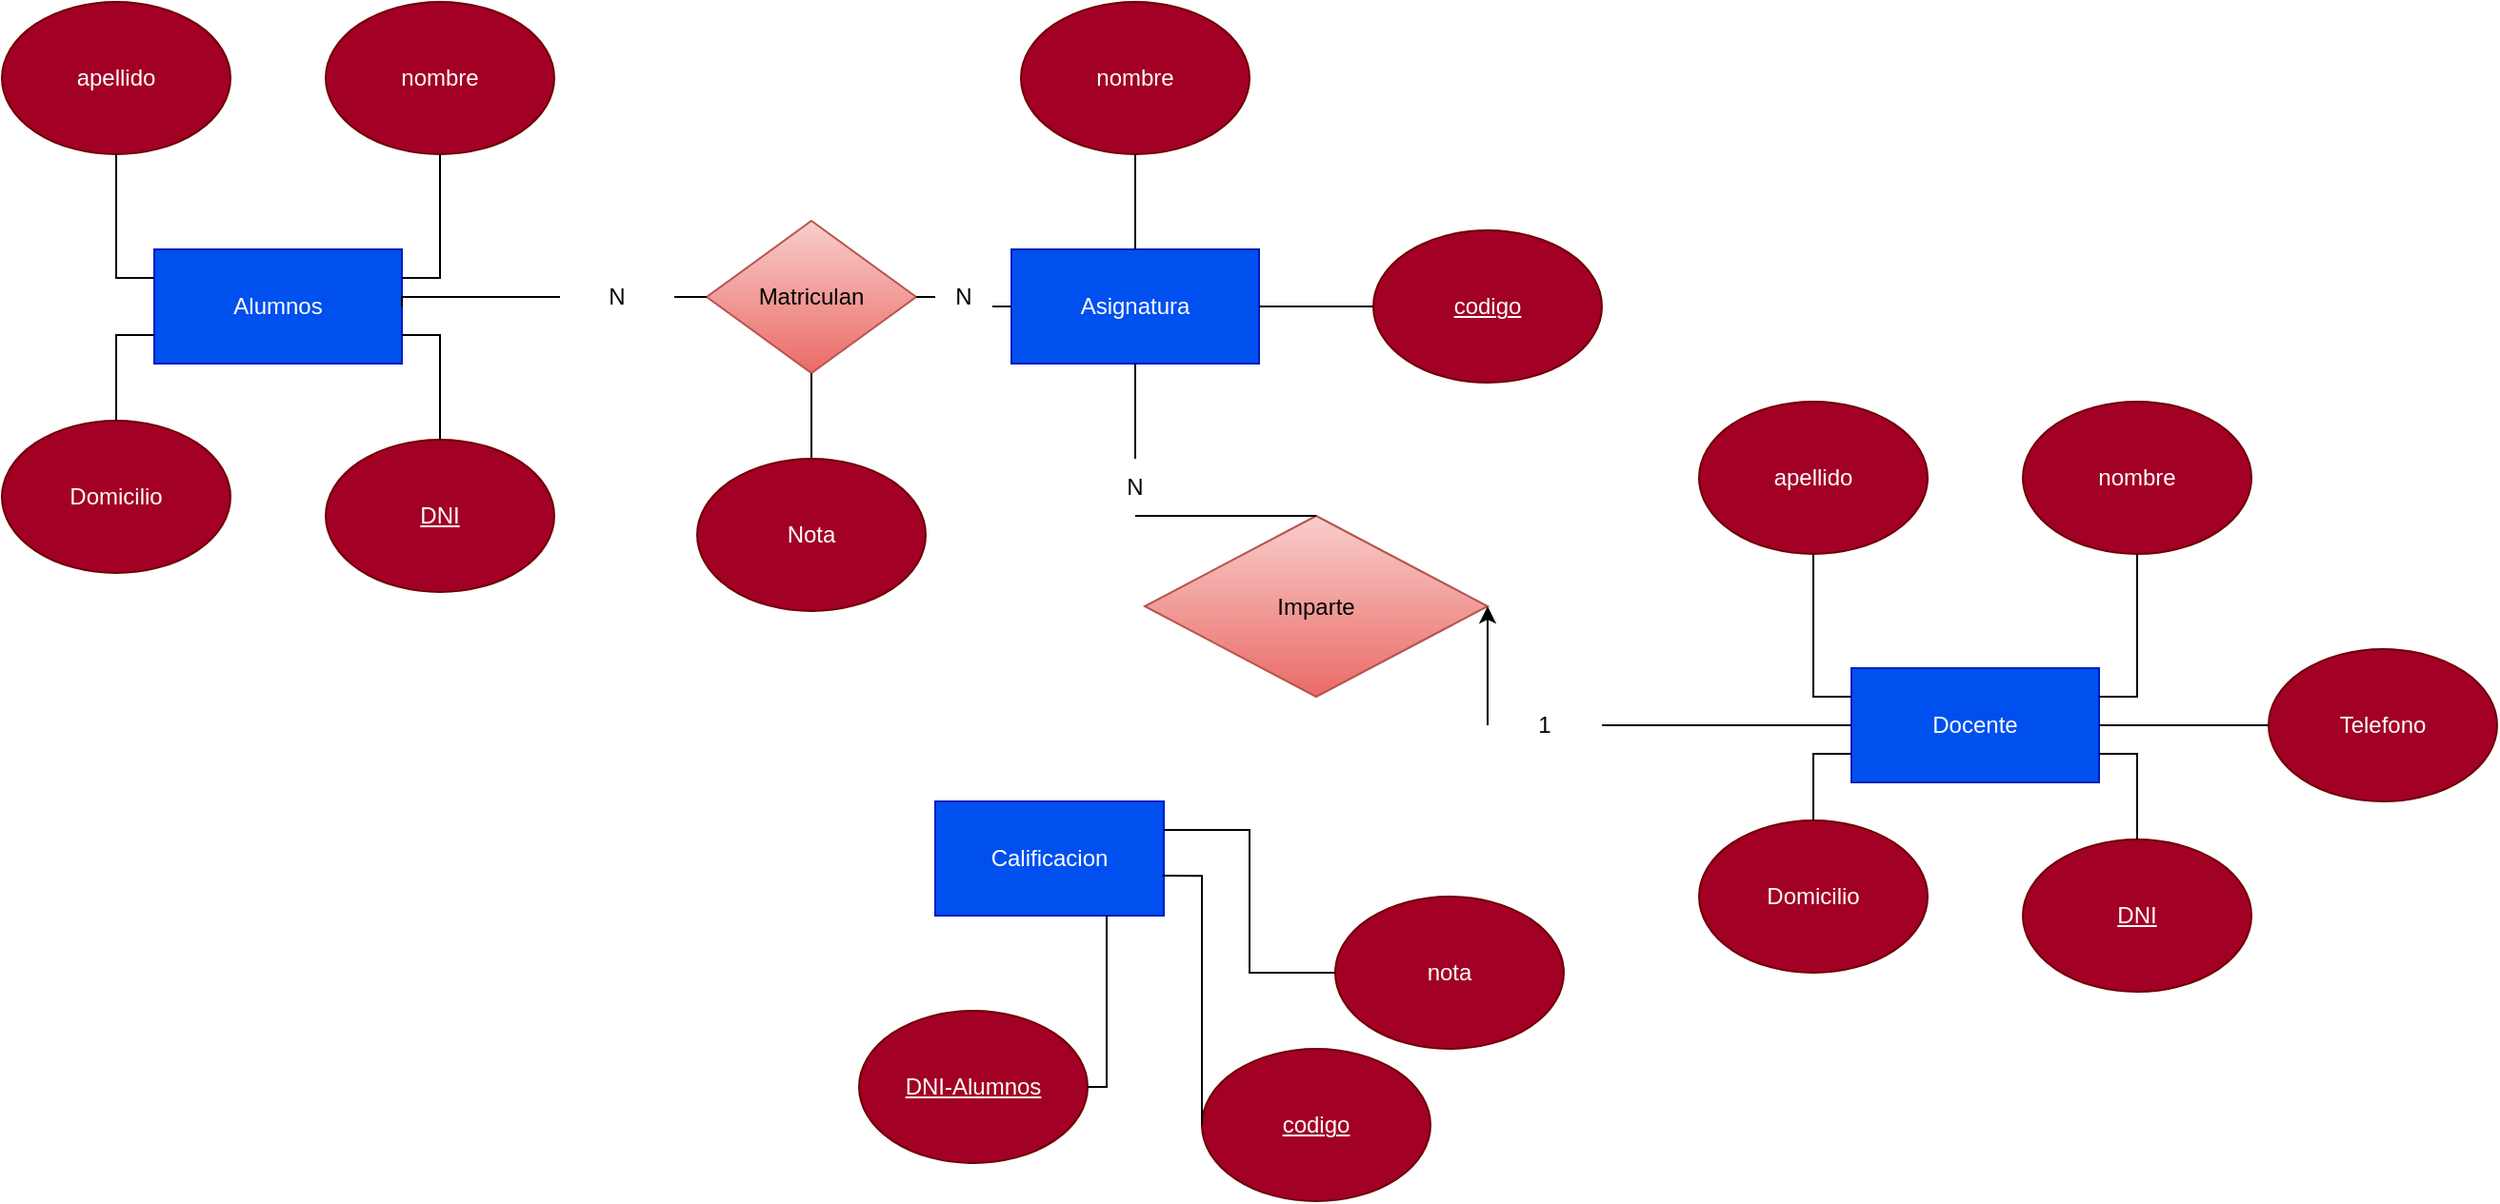
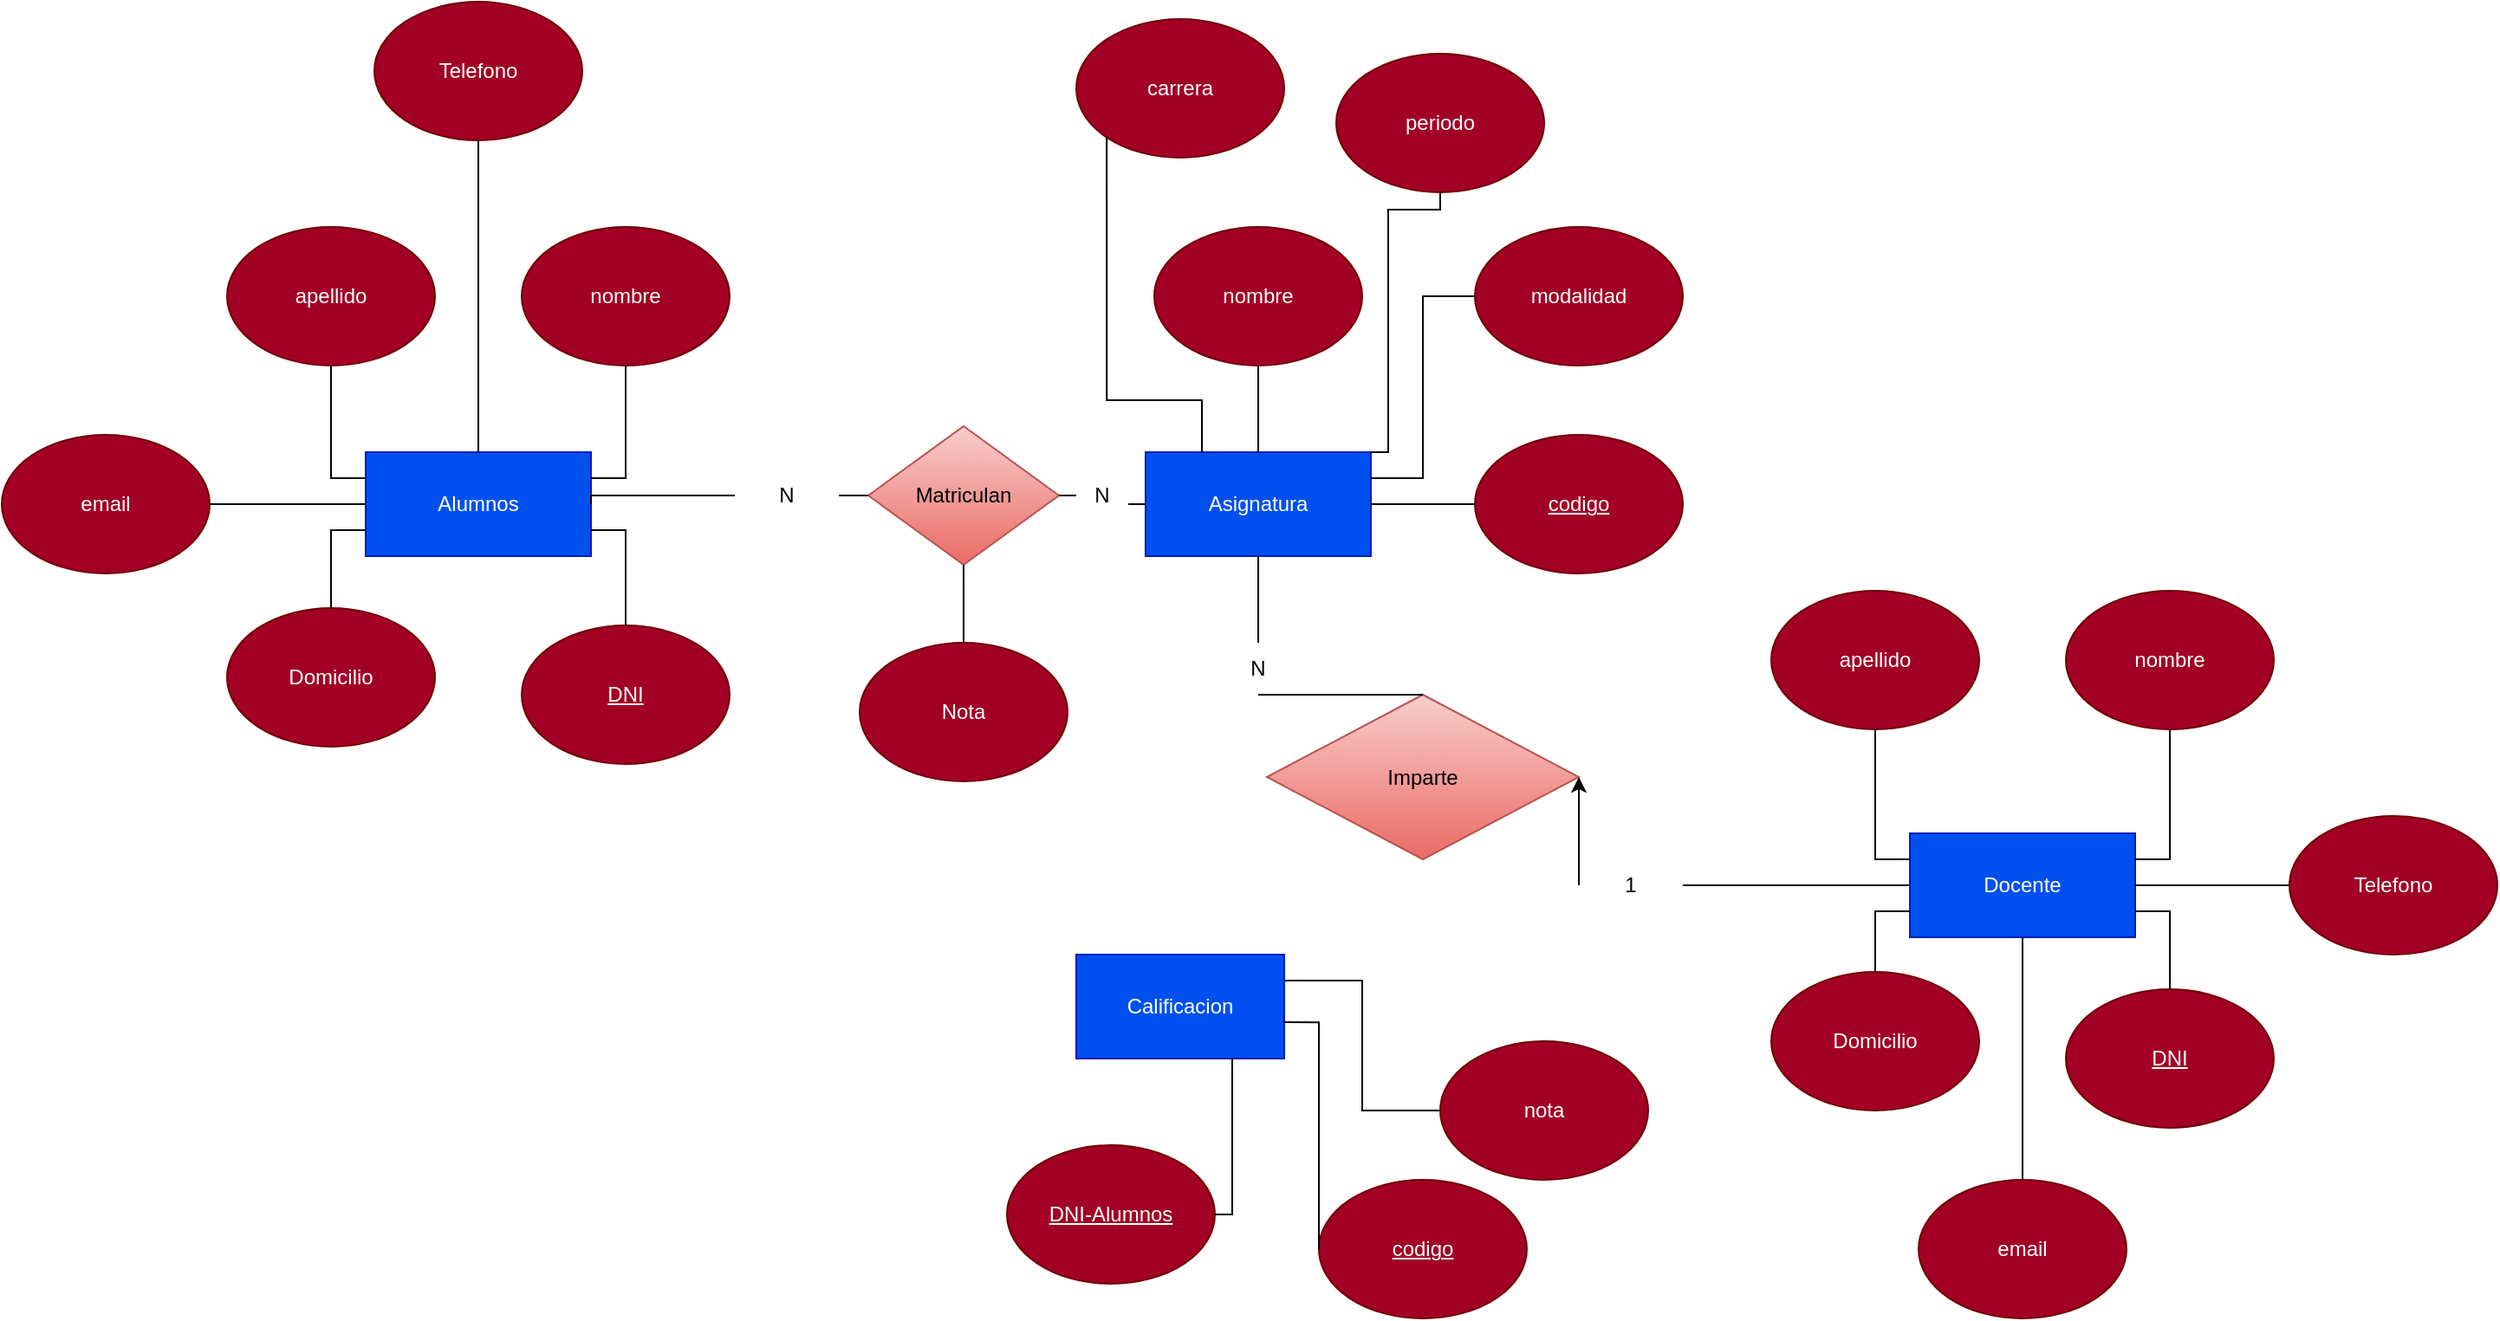
<mxfile host="app.diagrams.net">
  <diagram name="Página-1" id="GrYD3sGJIlV3kNVuJzLH">
-     <mxGraphModel dx="2289" dy="2356" grid="1" gridSize="10" guides="1" tooltips="1" connect="1" arrows="1" fold="1" page="1" pageScale="1" pageWidth="827" pageHeight="1169" math="0" shadow="0">
+     <mxGraphModel dx="2298" dy="1932" grid="1" gridSize="10" guides="1" tooltips="1" connect="1" arrows="1" fold="1" page="1" pageScale="1" pageWidth="827" pageHeight="1169" math="0" shadow="0">
      <root>
        <mxCell id="0" />
        <mxCell id="1" parent="0" />
        <mxCell id="rmH9S61DmYhP-CHugP74-1" parent="1" style="rounded=0;whiteSpace=wrap;html=1;fillColor=#0050ef;fontColor=#ffffff;strokeColor=#001DBC;" value="Alumnos" vertex="1">
          <mxGeometry height="60" width="130" x="140" y="120" as="geometry" />
        </mxCell>
        <mxCell id="rmH9S61DmYhP-CHugP74-2" parent="1" style="ellipse;whiteSpace=wrap;html=1;fillColor=#a20025;fontColor=#ffffff;strokeColor=#6F0000;" value="nombre" vertex="1">
          <mxGeometry height="80" width="120" x="230" y="-10" as="geometry" />
        </mxCell>
        <mxCell id="rmH9S61DmYhP-CHugP74-3" parent="1" style="ellipse;whiteSpace=wrap;html=1;fillColor=#a20025;fontColor=#ffffff;strokeColor=#6F0000;" value="apellido" vertex="1">
          <mxGeometry height="80" width="120" x="60" y="-10" as="geometry" />
        </mxCell>
        <mxCell id="rmH9S61DmYhP-CHugP74-5" parent="1" style="ellipse;whiteSpace=wrap;html=1;fillColor=#a20025;fontColor=#ffffff;strokeColor=#6F0000;" value="&lt;u&gt;DNI&lt;/u&gt;" vertex="1">
          <mxGeometry height="80" width="120" x="230" y="220" as="geometry" />
        </mxCell>
        <mxCell id="rmH9S61DmYhP-CHugP74-6" parent="1" style="ellipse;whiteSpace=wrap;html=1;fillColor=#a20025;fontColor=#ffffff;strokeColor=#6F0000;" value="Domicilio" vertex="1">
          <mxGeometry height="80" width="120" x="60" y="210" as="geometry" />
        </mxCell>
        <mxCell id="rmH9S61DmYhP-CHugP74-7" edge="1" parent="1" source="rmH9S61DmYhP-CHugP74-1" style="endArrow=none;html=1;rounded=0;entryX=0.5;entryY=0;entryDx=0;entryDy=0;exitX=1;exitY=0.75;exitDx=0;exitDy=0;edgeStyle=orthogonalEdgeStyle;" target="rmH9S61DmYhP-CHugP74-5" value="">
          <mxGeometry height="50" relative="1" width="50" as="geometry">
            <mxPoint x="160" y="270" as="sourcePoint" />
            <mxPoint x="210" y="220" as="targetPoint" />
          </mxGeometry>
        </mxCell>
        <mxCell id="rmH9S61DmYhP-CHugP74-8" edge="1" parent="1" source="rmH9S61DmYhP-CHugP74-2" style="endArrow=none;html=1;rounded=0;entryX=1;entryY=0.25;entryDx=0;entryDy=0;exitX=0.5;exitY=1;exitDx=0;exitDy=0;edgeStyle=orthogonalEdgeStyle;" target="rmH9S61DmYhP-CHugP74-1" value="">
          <mxGeometry height="50" relative="1" width="50" as="geometry">
            <mxPoint x="360" y="60" as="sourcePoint" />
            <mxPoint x="360" y="100" as="targetPoint" />
          </mxGeometry>
        </mxCell>
        <mxCell id="rmH9S61DmYhP-CHugP74-9" edge="1" parent="1" source="rmH9S61DmYhP-CHugP74-1" style="endArrow=none;html=1;rounded=0;entryX=0.5;entryY=0;entryDx=0;entryDy=0;exitX=0;exitY=0.75;exitDx=0;exitDy=0;edgeStyle=orthogonalEdgeStyle;" target="rmH9S61DmYhP-CHugP74-6" value="">
          <mxGeometry height="50" relative="1" width="50" as="geometry">
            <mxPoint x="120" y="160" as="sourcePoint" />
            <mxPoint x="120" y="200" as="targetPoint" />
          </mxGeometry>
        </mxCell>
        <mxCell id="rmH9S61DmYhP-CHugP74-11" edge="1" parent="1" source="rmH9S61DmYhP-CHugP74-1" style="endArrow=none;html=1;rounded=0;entryX=0.5;entryY=1;entryDx=0;entryDy=0;edgeStyle=orthogonalEdgeStyle;exitX=0;exitY=0.25;exitDx=0;exitDy=0;" target="rmH9S61DmYhP-CHugP74-3" value="">
          <mxGeometry height="50" relative="1" width="50" as="geometry">
            <mxPoint x="120" y="130" as="sourcePoint" />
            <mxPoint x="210" y="120" as="targetPoint" />
          </mxGeometry>
        </mxCell>
        <mxCell id="rmH9S61DmYhP-CHugP74-12" parent="1" style="rounded=0;whiteSpace=wrap;html=1;fillColor=#0050ef;fontColor=#ffffff;strokeColor=#001DBC;" value="Asignatura" vertex="1">
          <mxGeometry height="60" width="130" x="590" y="120" as="geometry" />
        </mxCell>
        <mxCell id="rmH9S61DmYhP-CHugP74-13" parent="1" style="ellipse;whiteSpace=wrap;html=1;fillColor=#a20025;fontColor=#ffffff;strokeColor=#6F0000;" value="nombre" vertex="1">
          <mxGeometry height="80" width="120" x="595" y="-10" as="geometry" />
        </mxCell>
        <mxCell id="rmH9S61DmYhP-CHugP74-14" parent="1" style="ellipse;whiteSpace=wrap;html=1;fillColor=#a20025;fontColor=#ffffff;strokeColor=#6F0000;" value="&lt;u&gt;codigo&lt;/u&gt;" vertex="1">
          <mxGeometry height="80" width="120" x="780" y="110" as="geometry" />
        </mxCell>
        <mxCell id="rmH9S61DmYhP-CHugP74-18" edge="1" parent="1" source="rmH9S61DmYhP-CHugP74-12" style="endArrow=none;html=1;rounded=0;exitX=1;exitY=0.5;exitDx=0;exitDy=0;entryX=0;entryY=0.5;entryDx=0;entryDy=0;" target="rmH9S61DmYhP-CHugP74-14" value="">
          <mxGeometry height="50" relative="1" width="50" as="geometry">
            <mxPoint x="770" y="140" as="sourcePoint" />
            <mxPoint x="770" y="70" as="targetPoint" />
          </mxGeometry>
        </mxCell>
        <mxCell id="rmH9S61DmYhP-CHugP74-19" edge="1" parent="1" source="rmH9S61DmYhP-CHugP74-12" style="endArrow=none;html=1;rounded=0;exitX=0.5;exitY=0;exitDx=0;exitDy=0;entryX=0.5;entryY=1;entryDx=0;entryDy=0;" target="rmH9S61DmYhP-CHugP74-13" value="">
          <mxGeometry height="50" relative="1" width="50" as="geometry">
            <mxPoint x="570" y="150" as="sourcePoint" />
            <mxPoint x="570" y="80" as="targetPoint" />
          </mxGeometry>
        </mxCell>
        <mxCell id="rmH9S61DmYhP-CHugP74-20" parent="1" style="rhombus;whiteSpace=wrap;html=1;fillColor=#f8cecc;strokeColor=#b85450;gradientColor=#ea6b66;" value="Imparte" vertex="1">
          <mxGeometry height="95" width="180" x="660" y="260" as="geometry" />
        </mxCell>
        <mxCell id="rmH9S61DmYhP-CHugP74-25" parent="1" style="rounded=0;whiteSpace=wrap;html=1;fillColor=#0050ef;strokeColor=#001DBC;fontColor=#ffffff;" value="Calificacion" vertex="1">
          <mxGeometry height="60" width="120" x="550" y="410" as="geometry" />
        </mxCell>
        <mxCell id="rmH9S61DmYhP-CHugP74-34" edge="1" parent="1" source="rmH9S61DmYhP-CHugP74-26" style="endArrow=none;html=1;rounded=0;entryX=1;entryY=0.5;entryDx=0;entryDy=0;exitX=0;exitY=0.5;exitDx=0;exitDy=0;edgeStyle=orthogonalEdgeStyle;" target="rmH9S61DmYhP-CHugP74-1" value="">
          <mxGeometry height="50" relative="1" width="50" as="geometry">
            <Array as="points">
              <mxPoint x="270.06" y="145" />
            </Array>
            <mxPoint x="535.0000000000001" y="374.96" as="sourcePoint" />
            <mxPoint x="240" y="144.96" as="targetPoint" />
          </mxGeometry>
        </mxCell>
        <mxCell id="rmH9S61DmYhP-CHugP74-37" edge="1" parent="1" source="rmH9S61DmYhP-CHugP74-31" style="endArrow=none;html=1;rounded=0;entryX=0.5;entryY=1;entryDx=0;entryDy=0;exitX=0.5;exitY=0;exitDx=0;exitDy=0;" target="rmH9S61DmYhP-CHugP74-12" value="">
          <mxGeometry height="50" relative="1" width="50" as="geometry">
            <mxPoint x="650" y="340" as="sourcePoint" />
            <mxPoint x="700" y="290" as="targetPoint" />
          </mxGeometry>
        </mxCell>
        <mxCell id="rmH9S61DmYhP-CHugP74-38" parent="1" style="ellipse;whiteSpace=wrap;html=1;fillColor=#a20025;fontColor=#ffffff;strokeColor=#6F0000;" value="&lt;u&gt;codigo&lt;/u&gt;" vertex="1">
          <mxGeometry height="80" width="120" x="690" y="540" as="geometry" />
        </mxCell>
        <mxCell id="rmH9S61DmYhP-CHugP74-39" parent="1" style="ellipse;whiteSpace=wrap;html=1;fillColor=#a20025;fontColor=#ffffff;strokeColor=#6F0000;" value="nota" vertex="1">
          <mxGeometry height="80" width="120" x="760" y="460" as="geometry" />
        </mxCell>
        <mxCell id="rmH9S61DmYhP-CHugP74-45" edge="1" parent="1" source="rmH9S61DmYhP-CHugP74-25" style="endArrow=none;html=1;rounded=0;entryX=0;entryY=0.5;entryDx=0;entryDy=0;edgeStyle=orthogonalEdgeStyle;exitX=1;exitY=0.25;exitDx=0;exitDy=0;" target="rmH9S61DmYhP-CHugP74-39" value="">
          <mxGeometry height="50" relative="1" width="50" as="geometry">
            <mxPoint x="730" y="600" as="sourcePoint" />
            <mxPoint x="780" y="550" as="targetPoint" />
          </mxGeometry>
        </mxCell>
        <mxCell id="rmH9S61DmYhP-CHugP74-46" edge="1" parent="1" source="rmH9S61DmYhP-CHugP74-25" style="endArrow=none;html=1;rounded=0;entryX=0;entryY=0.5;entryDx=0;entryDy=0;edgeStyle=orthogonalEdgeStyle;exitX=0.994;exitY=0.651;exitDx=0;exitDy=0;exitPerimeter=0;" target="rmH9S61DmYhP-CHugP74-38" value="">
          <mxGeometry height="50" relative="1" width="50" as="geometry">
            <Array as="points">
              <mxPoint x="690.05" y="449.14" />
            </Array>
            <mxPoint x="680" y="680" as="sourcePoint" />
            <mxPoint x="745" y="770" as="targetPoint" />
          </mxGeometry>
        </mxCell>
        <mxCell id="rmH9S61DmYhP-CHugP74-31" parent="1" style="text;html=1;whiteSpace=wrap;strokeColor=none;fillColor=none;align=center;verticalAlign=middle;rounded=0;" value="N" vertex="1">
          <mxGeometry height="30" width="60" x="625" y="230" as="geometry" />
        </mxCell>
        <mxCell id="rmH9S61DmYhP-CHugP74-26" parent="1" style="text;html=1;whiteSpace=wrap;strokeColor=none;fillColor=none;align=center;verticalAlign=middle;rounded=0;" value="N" vertex="1">
          <mxGeometry height="30" width="60" x="353" y="130" as="geometry" />
        </mxCell>
        <mxCell id="WyRFb5lvf3Le77KZUDTa-1" parent="1" style="rounded=0;whiteSpace=wrap;html=1;fillColor=#0050ef;fontColor=#ffffff;strokeColor=#001DBC;" value="Docente" vertex="1">
          <mxGeometry height="60" width="130" x="1031" y="340" as="geometry" />
        </mxCell>
        <mxCell id="WyRFb5lvf3Le77KZUDTa-2" parent="1" style="ellipse;whiteSpace=wrap;html=1;fillColor=#a20025;fontColor=#ffffff;strokeColor=#6F0000;" value="nombre" vertex="1">
          <mxGeometry height="80" width="120" x="1121" y="200" as="geometry" />
        </mxCell>
        <mxCell id="WyRFb5lvf3Le77KZUDTa-3" parent="1" style="ellipse;whiteSpace=wrap;html=1;fillColor=#a20025;fontColor=#ffffff;strokeColor=#6F0000;" value="apellido" vertex="1">
          <mxGeometry height="80" width="120" x="951" y="200" as="geometry" />
        </mxCell>
        <mxCell id="WyRFb5lvf3Le77KZUDTa-4" parent="1" style="ellipse;whiteSpace=wrap;html=1;fillColor=#a20025;fontColor=#ffffff;strokeColor=#6F0000;" value="&lt;u&gt;DNI&lt;/u&gt;" vertex="1">
          <mxGeometry height="80" width="120" x="1121" y="430" as="geometry" />
        </mxCell>
        <mxCell id="WyRFb5lvf3Le77KZUDTa-5" parent="1" style="ellipse;whiteSpace=wrap;html=1;fillColor=#a20025;fontColor=#ffffff;strokeColor=#6F0000;" value="Domicilio" vertex="1">
          <mxGeometry height="80" width="120" x="951" y="420" as="geometry" />
        </mxCell>
        <mxCell id="WyRFb5lvf3Le77KZUDTa-6" edge="1" parent="1" source="WyRFb5lvf3Le77KZUDTa-1" style="endArrow=none;html=1;rounded=0;entryX=0.5;entryY=0;entryDx=0;entryDy=0;exitX=1;exitY=0.75;exitDx=0;exitDy=0;edgeStyle=orthogonalEdgeStyle;" target="WyRFb5lvf3Le77KZUDTa-4" value="">
          <mxGeometry height="50" relative="1" width="50" as="geometry">
            <mxPoint x="1051" y="480" as="sourcePoint" />
            <mxPoint x="1101" y="430" as="targetPoint" />
          </mxGeometry>
        </mxCell>
        <mxCell id="WyRFb5lvf3Le77KZUDTa-7" edge="1" parent="1" source="WyRFb5lvf3Le77KZUDTa-2" style="endArrow=none;html=1;rounded=0;entryX=1;entryY=0.25;entryDx=0;entryDy=0;exitX=0.5;exitY=1;exitDx=0;exitDy=0;edgeStyle=orthogonalEdgeStyle;" target="WyRFb5lvf3Le77KZUDTa-1" value="">
          <mxGeometry height="50" relative="1" width="50" as="geometry">
            <mxPoint x="1251" y="270" as="sourcePoint" />
            <mxPoint x="1251" y="310" as="targetPoint" />
          </mxGeometry>
        </mxCell>
        <mxCell id="WyRFb5lvf3Le77KZUDTa-8" edge="1" parent="1" source="WyRFb5lvf3Le77KZUDTa-1" style="endArrow=none;html=1;rounded=0;entryX=0.5;entryY=0;entryDx=0;entryDy=0;exitX=0;exitY=0.75;exitDx=0;exitDy=0;edgeStyle=orthogonalEdgeStyle;" target="WyRFb5lvf3Le77KZUDTa-5" value="">
          <mxGeometry height="50" relative="1" width="50" as="geometry">
            <mxPoint x="1011" y="370" as="sourcePoint" />
            <mxPoint x="1011" y="410" as="targetPoint" />
          </mxGeometry>
        </mxCell>
        <mxCell id="WyRFb5lvf3Le77KZUDTa-9" edge="1" parent="1" source="WyRFb5lvf3Le77KZUDTa-1" style="endArrow=none;html=1;rounded=0;entryX=0.5;entryY=1;entryDx=0;entryDy=0;edgeStyle=orthogonalEdgeStyle;exitX=0;exitY=0.25;exitDx=0;exitDy=0;" target="WyRFb5lvf3Le77KZUDTa-3" value="">
          <mxGeometry height="50" relative="1" width="50" as="geometry">
            <mxPoint x="1011" y="340" as="sourcePoint" />
            <mxPoint x="1101" y="330" as="targetPoint" />
          </mxGeometry>
        </mxCell>
        <mxCell id="WyRFb5lvf3Le77KZUDTa-10" edge="1" parent="1" source="WyRFb5lvf3Le77KZUDTa-13" style="endArrow=none;html=1;rounded=0;entryX=0;entryY=0.5;entryDx=0;entryDy=0;exitX=1;exitY=0.5;exitDx=0;exitDy=0;" target="WyRFb5lvf3Le77KZUDTa-1" value="">
          <mxGeometry height="50" relative="1" width="50" as="geometry">
            <mxPoint x="940" y="430" as="sourcePoint" />
            <mxPoint x="990" y="380" as="targetPoint" />
          </mxGeometry>
        </mxCell>
        <mxCell id="WyRFb5lvf3Le77KZUDTa-11" parent="1" style="ellipse;whiteSpace=wrap;html=1;fillColor=#a20025;fontColor=#ffffff;strokeColor=#6F0000;" value="Telefono" vertex="1">
          <mxGeometry height="80" width="120" x="1250" y="330" as="geometry" />
        </mxCell>
        <mxCell id="WyRFb5lvf3Le77KZUDTa-12" edge="1" parent="1" source="WyRFb5lvf3Le77KZUDTa-1" style="endArrow=none;html=1;rounded=0;entryX=0;entryY=0.5;entryDx=0;entryDy=0;exitX=1;exitY=0.5;exitDx=0;exitDy=0;" target="WyRFb5lvf3Le77KZUDTa-11" value="">
          <mxGeometry height="50" relative="1" width="50" as="geometry">
            <mxPoint x="890" y="380" as="sourcePoint" />
            <mxPoint x="940" y="330" as="targetPoint" />
          </mxGeometry>
        </mxCell>
        <mxCell id="WyRFb5lvf3Le77KZUDTa-13" parent="1" style="text;html=1;whiteSpace=wrap;strokeColor=none;fillColor=none;align=center;verticalAlign=middle;rounded=0;" value="1" vertex="1">
          <mxGeometry height="30" width="60" x="840" y="355" as="geometry" />
        </mxCell>
        <mxCell id="vEW6es7UM1lhlB9AcH2Y-1" parent="1" style="rhombus;whiteSpace=wrap;html=1;fillColor=#f8cecc;strokeColor=#b85450;gradientColor=#ea6b66;" value="Matriculan" vertex="1">
          <mxGeometry height="80" width="110" x="430" y="105" as="geometry" />
        </mxCell>
        <mxCell id="vEW6es7UM1lhlB9AcH2Y-2" edge="1" parent="1" source="vEW6es7UM1lhlB9AcH2Y-1" style="endArrow=none;html=1;rounded=0;entryX=1;entryY=0.5;entryDx=0;entryDy=0;exitX=0;exitY=0.5;exitDx=0;exitDy=0;" target="rmH9S61DmYhP-CHugP74-26" value="">
          <mxGeometry height="50" relative="1" width="50" as="geometry">
            <mxPoint x="550" y="330" as="sourcePoint" />
            <mxPoint x="600" y="280" as="targetPoint" />
          </mxGeometry>
        </mxCell>
        <mxCell id="vEW6es7UM1lhlB9AcH2Y-3" edge="1" parent="1" source="rmH9S61DmYhP-CHugP74-12" style="endArrow=none;html=1;rounded=0;entryX=1;entryY=0.75;entryDx=0;entryDy=0;exitX=0;exitY=0.5;exitDx=0;exitDy=0;" target="vEW6es7UM1lhlB9AcH2Y-4" value="">
          <mxGeometry height="50" relative="1" width="50" as="geometry">
            <mxPoint x="480" y="260" as="sourcePoint" />
            <mxPoint x="530" y="210" as="targetPoint" />
          </mxGeometry>
        </mxCell>
        <mxCell id="vEW6es7UM1lhlB9AcH2Y-4" parent="1" style="text;html=1;whiteSpace=wrap;strokeColor=none;fillColor=none;align=center;verticalAlign=middle;rounded=0;" value="N" vertex="1">
          <mxGeometry height="20" width="30" x="550" y="135" as="geometry" />
        </mxCell>
        <mxCell id="vEW6es7UM1lhlB9AcH2Y-6" edge="1" parent="1" source="vEW6es7UM1lhlB9AcH2Y-4" style="endArrow=none;html=1;rounded=0;entryX=1;entryY=0.5;entryDx=0;entryDy=0;exitX=0;exitY=0.5;exitDx=0;exitDy=0;" target="vEW6es7UM1lhlB9AcH2Y-1" value="">
          <mxGeometry height="50" relative="1" width="50" as="geometry">
            <mxPoint x="560" y="205" as="sourcePoint" />
            <mxPoint x="530" y="190" as="targetPoint" />
          </mxGeometry>
        </mxCell>
        <mxCell id="vEW6es7UM1lhlB9AcH2Y-7" edge="1" parent="1" source="rmH9S61DmYhP-CHugP74-31" style="endArrow=none;html=1;rounded=0;exitX=0.5;exitY=1;exitDx=0;exitDy=0;entryX=0.5;entryY=0;entryDx=0;entryDy=0;" target="rmH9S61DmYhP-CHugP74-20" value="">
          <mxGeometry height="50" relative="1" width="50" as="geometry">
            <mxPoint x="760" y="380" as="sourcePoint" />
            <mxPoint x="655" y="310" as="targetPoint" />
          </mxGeometry>
        </mxCell>
        <mxCell id="vEW6es7UM1lhlB9AcH2Y-15" parent="1" style="ellipse;whiteSpace=wrap;html=1;fillColor=#a20025;fontColor=#ffffff;strokeColor=#6F0000;" value="&lt;u&gt;DNI-Alumnos&lt;/u&gt;" vertex="1">
          <mxGeometry height="80" width="120" x="510" y="520" as="geometry" />
        </mxCell>
        <mxCell id="vEW6es7UM1lhlB9AcH2Y-16" edge="1" parent="1" source="rmH9S61DmYhP-CHugP74-25" style="endArrow=none;html=1;rounded=0;exitX=0.75;exitY=1;exitDx=0;exitDy=0;entryX=1;entryY=0.5;entryDx=0;entryDy=0;edgeStyle=orthogonalEdgeStyle;" target="vEW6es7UM1lhlB9AcH2Y-15" value="">
          <mxGeometry height="50" relative="1" width="50" as="geometry">
            <Array as="points">
              <mxPoint x="640.05" y="560" />
            </Array>
            <mxPoint x="770" y="680" as="sourcePoint" />
            <mxPoint x="820" y="630" as="targetPoint" />
          </mxGeometry>
        </mxCell>
        <mxCell id="vEW6es7UM1lhlB9AcH2Y-21" edge="1" parent="1" source="WyRFb5lvf3Le77KZUDTa-13" style="endArrow=classic;html=1;rounded=0;exitX=0;exitY=0.5;exitDx=0;exitDy=0;entryX=1;entryY=0.5;entryDx=0;entryDy=0;" target="rmH9S61DmYhP-CHugP74-20" value="">
          <mxGeometry height="50" relative="1" width="50" as="geometry">
            <mxPoint x="930" y="450" as="sourcePoint" />
            <mxPoint x="980" y="400" as="targetPoint" />
          </mxGeometry>
        </mxCell>
        <mxCell id="vEW6es7UM1lhlB9AcH2Y-46" edge="1" parent="1" source="vEW6es7UM1lhlB9AcH2Y-47" style="endArrow=none;html=1;rounded=0;entryX=0.5;entryY=1;entryDx=0;entryDy=0;exitX=0.5;exitY=0;exitDx=0;exitDy=0;" target="vEW6es7UM1lhlB9AcH2Y-1" value="">
          <mxGeometry height="50" relative="1" width="50" as="geometry">
            <mxPoint x="480" y="260" as="sourcePoint" />
            <mxPoint x="650" y="350" as="targetPoint" />
          </mxGeometry>
        </mxCell>
        <mxCell id="vEW6es7UM1lhlB9AcH2Y-47" parent="1" style="ellipse;whiteSpace=wrap;html=1;fillColor=#a20025;fontColor=#ffffff;strokeColor=#6F0000;" value="Nota" vertex="1">
          <mxGeometry height="80" width="120" x="425" y="230" as="geometry" />
        </mxCell>
+         <mxCell id="fRIDjVxDaz-7ZbevH_fN-1" parent="1" style="ellipse;whiteSpace=wrap;html=1;fillColor=#a20025;fontColor=#ffffff;strokeColor=#6F0000;" value="email" vertex="1">
+           <mxGeometry height="80" width="120" x="-70" y="110" as="geometry" />
+         </mxCell>
+         <mxCell id="fRIDjVxDaz-7ZbevH_fN-2" edge="1" parent="1" source="fRIDjVxDaz-7ZbevH_fN-1" style="endArrow=none;html=1;rounded=0;exitX=1;exitY=0.5;exitDx=0;exitDy=0;entryX=0;entryY=0.5;entryDx=0;entryDy=0;" target="rmH9S61DmYhP-CHugP74-1" value="">
+           <mxGeometry height="50" relative="1" width="50" as="geometry">
+             <mxPoint x="510" y="330" as="sourcePoint" />
+             <mxPoint x="560" y="280" as="targetPoint" />
+           </mxGeometry>
+         </mxCell>
+         <mxCell id="fRIDjVxDaz-7ZbevH_fN-4" parent="1" style="ellipse;whiteSpace=wrap;html=1;fillColor=#a20025;fontColor=#ffffff;strokeColor=#6F0000;" value="email" vertex="1">
+           <mxGeometry height="80" width="120" x="1036" y="540" as="geometry" />
+         </mxCell>
+         <mxCell id="fRIDjVxDaz-7ZbevH_fN-5" edge="1" parent="1" source="WyRFb5lvf3Le77KZUDTa-1" style="endArrow=none;html=1;rounded=0;entryX=0.5;entryY=0;entryDx=0;entryDy=0;exitX=0.5;exitY=1;exitDx=0;exitDy=0;" target="fRIDjVxDaz-7ZbevH_fN-4" value="">
+           <mxGeometry height="50" relative="1" width="50" as="geometry">
+             <mxPoint x="1110" y="370" as="sourcePoint" />
+             <mxPoint x="1160" y="320" as="targetPoint" />
+           </mxGeometry>
+         </mxCell>
+         <mxCell id="fRIDjVxDaz-7ZbevH_fN-6" parent="1" style="ellipse;whiteSpace=wrap;html=1;fillColor=#a20025;fontColor=#ffffff;strokeColor=#6F0000;" value="Telefono" vertex="1">
+           <mxGeometry height="80" width="120" x="145" y="-140" as="geometry" />
+         </mxCell>
+         <mxCell id="fRIDjVxDaz-7ZbevH_fN-7" edge="1" parent="1" source="fRIDjVxDaz-7ZbevH_fN-6" style="endArrow=none;html=1;rounded=0;entryX=0.5;entryY=0;entryDx=0;entryDy=0;exitX=0.5;exitY=1;exitDx=0;exitDy=0;" target="rmH9S61DmYhP-CHugP74-1" value="">
+           <mxGeometry height="50" relative="1" width="50" as="geometry">
+             <mxPoint x="290" y="-20" as="sourcePoint" />
+             <mxPoint x="340" y="-70" as="targetPoint" />
+           </mxGeometry>
+         </mxCell>
+         <mxCell id="fRIDjVxDaz-7ZbevH_fN-8" parent="1" style="ellipse;whiteSpace=wrap;html=1;fillColor=#a20025;fontColor=#ffffff;strokeColor=#6F0000;" value="modalidad" vertex="1">
+           <mxGeometry height="80" width="120" x="780" y="-10" as="geometry" />
+         </mxCell>
+         <mxCell id="fRIDjVxDaz-7ZbevH_fN-9" parent="1" style="ellipse;whiteSpace=wrap;html=1;fillColor=#a20025;fontColor=#ffffff;strokeColor=#6F0000;" value="periodo" vertex="1">
+           <mxGeometry height="80" width="120" x="700" y="-110" as="geometry" />
+         </mxCell>
+         <mxCell id="fRIDjVxDaz-7ZbevH_fN-10" edge="1" parent="1" source="rmH9S61DmYhP-CHugP74-12" style="endArrow=none;html=1;rounded=0;entryX=0;entryY=0.5;entryDx=0;entryDy=0;exitX=1;exitY=0.25;exitDx=0;exitDy=0;edgeStyle=orthogonalEdgeStyle;" target="fRIDjVxDaz-7ZbevH_fN-8" value="">
+           <mxGeometry height="50" relative="1" width="50" as="geometry">
+             <mxPoint x="660" y="20" as="sourcePoint" />
+             <mxPoint x="710" y="-30" as="targetPoint" />
+           </mxGeometry>
+         </mxCell>
+         <mxCell id="fRIDjVxDaz-7ZbevH_fN-11" edge="1" parent="1" source="rmH9S61DmYhP-CHugP74-12" style="endArrow=none;html=1;rounded=0;entryX=0.5;entryY=1;entryDx=0;entryDy=0;exitX=1;exitY=0;exitDx=0;exitDy=0;edgeStyle=orthogonalEdgeStyle;" target="fRIDjVxDaz-7ZbevH_fN-9" value="">
+           <mxGeometry height="50" relative="1" width="50" as="geometry">
+             <Array as="points">
+               <mxPoint x="730" y="120" />
+               <mxPoint x="730" y="-20" />
+               <mxPoint x="760" y="-20" />
+             </Array>
+             <mxPoint x="660" y="20" as="sourcePoint" />
+             <mxPoint x="710" y="-30" as="targetPoint" />
+           </mxGeometry>
+         </mxCell>
+         <mxCell id="fRIDjVxDaz-7ZbevH_fN-12" parent="1" style="ellipse;whiteSpace=wrap;html=1;fillColor=#a20025;fontColor=#ffffff;strokeColor=#6F0000;" value="carrera" vertex="1">
+           <mxGeometry height="80" width="120" x="550" y="-130" as="geometry" />
+         </mxCell>
+         <mxCell id="fRIDjVxDaz-7ZbevH_fN-13" edge="1" parent="1" source="rmH9S61DmYhP-CHugP74-12" style="endArrow=none;html=1;rounded=0;entryX=0;entryY=1;entryDx=0;entryDy=0;exitX=0.25;exitY=0;exitDx=0;exitDy=0;edgeStyle=orthogonalEdgeStyle;" target="fRIDjVxDaz-7ZbevH_fN-12" value="">
+           <mxGeometry height="50" relative="1" width="50" as="geometry">
+             <Array as="points">
+               <mxPoint x="622.5" y="90" />
+               <mxPoint x="567.62" y="90" />
+             </Array>
+             <mxPoint x="580" y="50" as="sourcePoint" />
+             <mxPoint x="630" as="targetPoint" />
+           </mxGeometry>
+         </mxCell>
      </root>
    </mxGraphModel>
  </diagram>
</mxfile>
